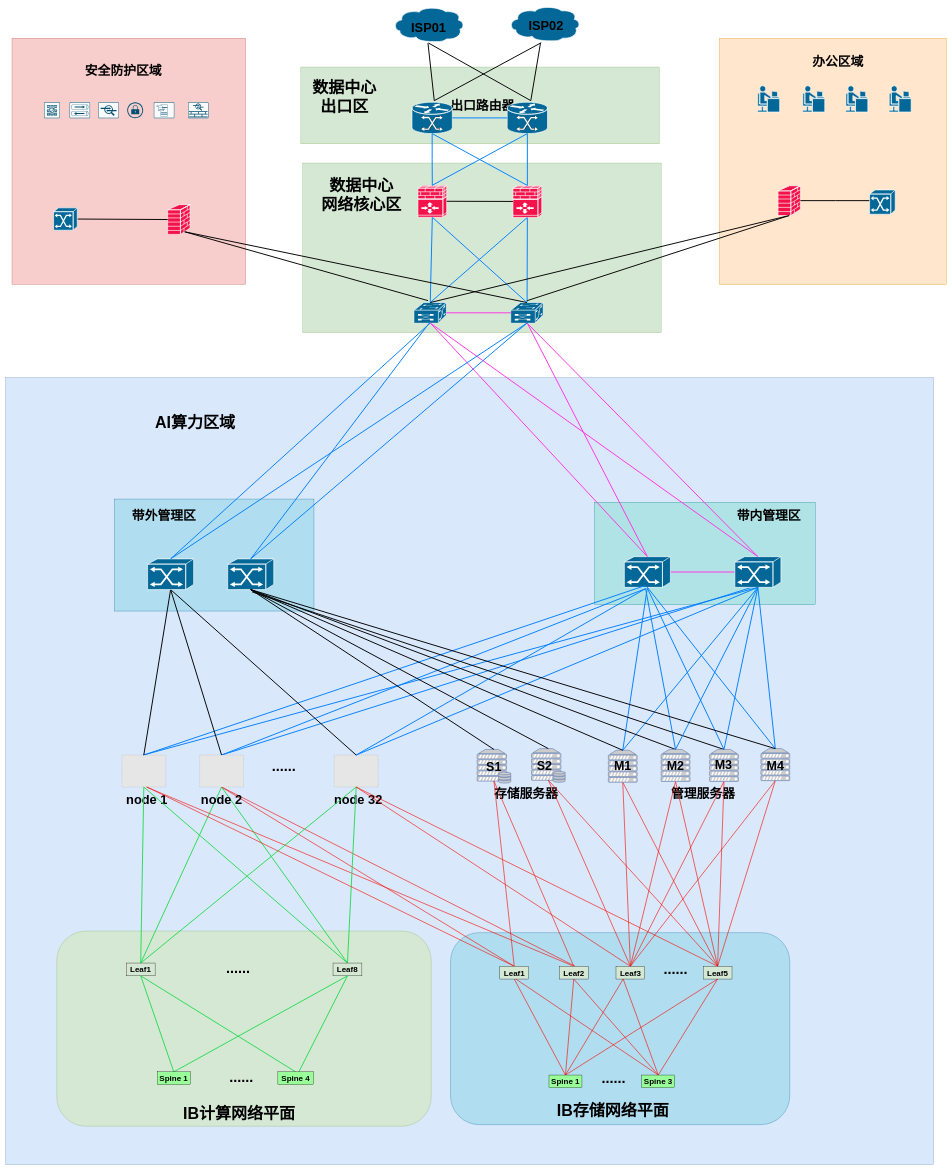
The draw.io diagram fuzhou数据中心组网-32nodes-包括IB整体组网V1.0-0101.drawio in hel-2000/network-draw, before the edit. Source tidied: cells renumbered, new cells numbered last; positions are measured from the earlier drawing's top-left corner, leaving out a move shared by most shapes. Both pictures are drawn from the tidied source at 32%, with x=0, y=0 at pixel (5, 5). Pictures stored in the file or linked from it are replaced by grey dashed boxes.
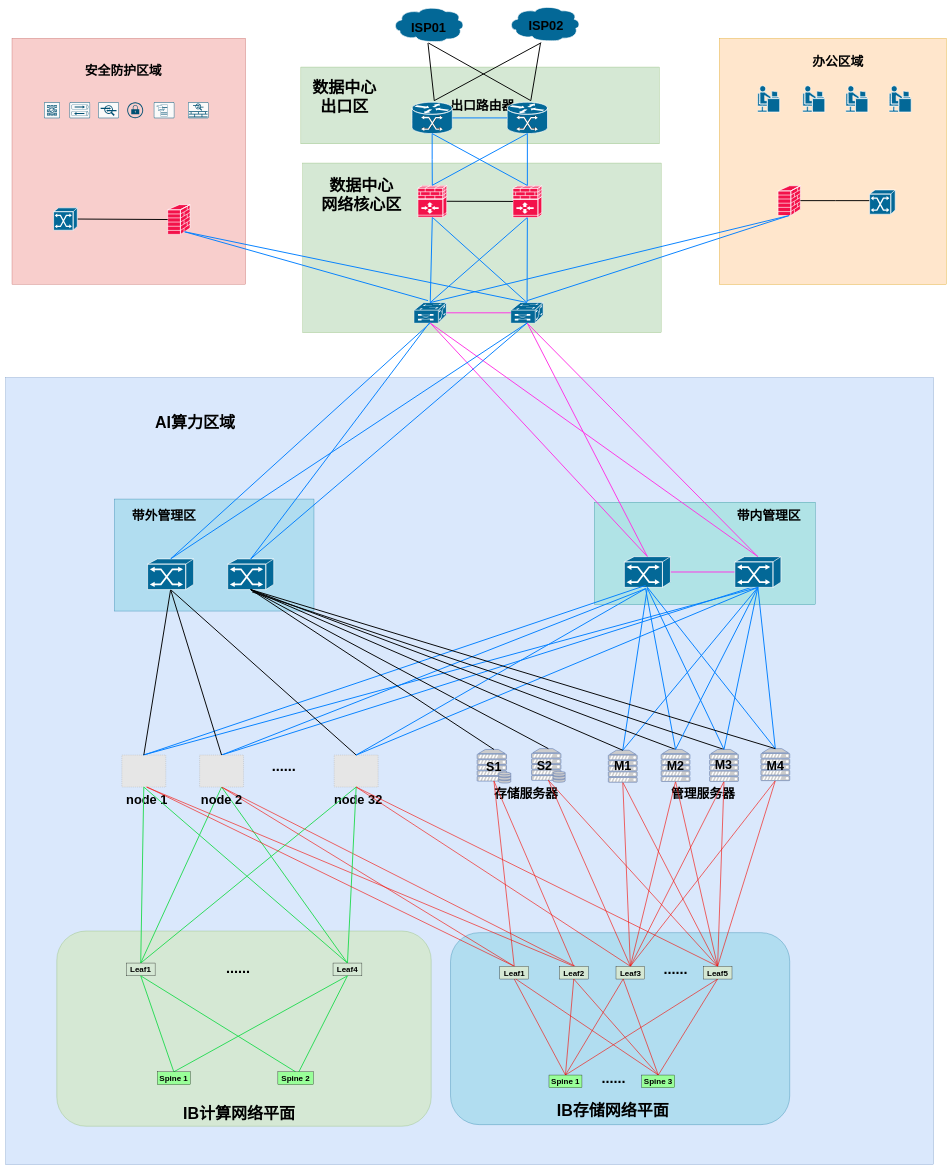
The same page after the edit.

Commit message:
更新fuzhou数据中心组网-32nodes-包括IB整体组网V1.0-0101.drawio

The change refers to these unchanged cells:
```xml
<mxCell id="18" style="shape=mxgraph.cisco.security.firewall;sketch=0;html=1;dashed=0;fillColor=#f3124a;strokeColor=#ffffff;strokeWidth=2;verticalLabelPosition=bottom;verticalAlign=top;align=center;outlineConnect=0;" parent="1" vertex="1">
  <mxGeometry x="506.4" y="622" width="70" height="93" as="geometry" />
</mxCell>
<mxCell id="43" style="shape=mxgraph.cisco.switches.multiswitch_device;sketch=0;html=1;dashed=0;fillColor=#036897;strokeColor=#ffffff;strokeWidth=2;verticalLabelPosition=bottom;verticalAlign=top;align=center;outlineConnect=0;" parent="1" vertex="1">
  <mxGeometry x="1276.5" y="928" width="101" height="64" as="geometry" />
</mxCell>
<mxCell id="44" style="shape=mxgraph.cisco.switches.multiswitch_device;sketch=0;html=1;dashed=0;fillColor=#036897;strokeColor=#ffffff;strokeWidth=2;verticalLabelPosition=bottom;verticalAlign=top;align=center;outlineConnect=0;" parent="1" vertex="1">
  <mxGeometry x="1579" y="928" width="101" height="64" as="geometry" />
</mxCell>
<mxCell id="46" style="shape=mxgraph.cisco.security.firewall;sketch=0;html=1;dashed=0;fillColor=#f3124a;strokeColor=#ffffff;strokeWidth=2;verticalLabelPosition=bottom;verticalAlign=top;align=center;outlineConnect=0;" parent="1" vertex="1">
  <mxGeometry x="2413.8" y="563" width="70" height="93" as="geometry" />
</mxCell>
```

The edit, as a diff of the source:
```diff
@@
-    <mxCell id="17" style="rounded=0;jettySize=auto;html=1;exitX=0.75;exitY=0.91;exitDx=0;exitDy=0;exitPerimeter=0;endArrow=none;strokeWidth=3;endFill=0;" parent="1" edge="1" source="18">
+    <mxCell id="17" style="rounded=0;jettySize=auto;html=1;exitX=0.75;exitY=0.91;exitDx=0;exitDy=0;exitPerimeter=0;endArrow=none;strokeWidth=3;endFill=0;strokeColor=#007FFF;" parent="1" edge="1" source="18">
       <mxGeometry relative="1" as="geometry">
         <mxPoint x="1320" y="922" as="targetPoint" />
       </mxGeometry>
     </mxCell>
@@
-    <mxCell id="45" style="rounded=0;jettySize=auto;html=1;exitX=0.5;exitY=1;exitDx=0;exitDy=0;exitPerimeter=0;endArrow=none;strokeWidth=3;endFill=0;" parent="1" edge="1" source="46">
+    <mxCell id="45" style="rounded=0;jettySize=auto;html=1;exitX=0.5;exitY=1;exitDx=0;exitDy=0;exitPerimeter=0;endArrow=none;strokeWidth=3;endFill=0;strokeColor=#007FFF;" parent="1" edge="1" source="46">
       <mxGeometry relative="1" as="geometry">
         <mxPoint x="1630" y="922" as="targetPoint" />
       </mxGeometry>
     </mxCell>
@@
-    <mxCell id="104" value="&lt;b style=&quot;&quot;&gt;&lt;font style=&quot;&quot;&gt;&lt;font style=&quot;font-size: 25px;&quot;&gt;Leaf8&lt;/font&gt;&lt;br&gt;&lt;/font&gt;&lt;/b&gt;" style="rounded=0;whiteSpace=wrap;html=1;fillColor=#D5E8D4;" parent="1" vertex="1">
+    <mxCell id="104" value="&lt;b style=&quot;&quot;&gt;&lt;font style=&quot;&quot;&gt;&lt;font style=&quot;font-size: 25px;&quot;&gt;Leaf4&lt;/font&gt;&lt;br&gt;&lt;/font&gt;&lt;/b&gt;" style="rounded=0;whiteSpace=wrap;html=1;fillColor=#D5E8D4;" parent="1" vertex="1">
       <mxGeometry x="1023.2" y="2992" width="90.2" height="40" as="geometry" />
     </mxCell>
@@
-    <mxCell id="110" value="&lt;b&gt;&lt;font style=&quot;font-size: 25px;&quot;&gt;Spine 4&lt;/font&gt;&lt;/b&gt;" style="rounded=0;whiteSpace=wrap;html=1;fillColor=#99FF99;" parent="1" vertex="1">
+    <mxCell id="110" value="&lt;b&gt;&lt;font style=&quot;font-size: 25px;&quot;&gt;Spine 2&lt;/font&gt;&lt;/b&gt;" style="rounded=0;whiteSpace=wrap;html=1;fillColor=#99FF99;" parent="1" vertex="1">
       <mxGeometry x="850.9" y="3332" width="110.8" height="40" as="geometry" />
     </mxCell>
@@
-    <mxCell id="114" value="&lt;font size=&quot;1&quot; style=&quot;&quot;&gt;&lt;b style=&quot;font-size: 45px;&quot;&gt;...&lt;/b&gt;&lt;/font&gt;&lt;b style=&quot;border-color: var(--border-color); font-size: 45px;&quot;&gt;...&lt;/b&gt;" style="text;strokeColor=none;align=center;fillColor=none;html=1;verticalAlign=middle;whiteSpace=wrap;rounded=0;" parent="1" vertex="1">
-      <mxGeometry x="677.2" y="3332" width="120" height="30" as="geometry" />
-    </mxCell>
@@
-    <mxCell id="158" style="rounded=0;jettySize=auto;html=1;exitX=0.75;exitY=0.91;exitDx=0;exitDy=0;exitPerimeter=0;entryX=0.5;entryY=0;entryDx=0;entryDy=0;entryPerimeter=0;endArrow=none;strokeWidth=3;endFill=0;" parent="1" edge="1" source="18" target="44">
+    <mxCell id="158" style="rounded=0;jettySize=auto;html=1;exitX=0.75;exitY=0.91;exitDx=0;exitDy=0;exitPerimeter=0;entryX=0.5;entryY=0;entryDx=0;entryDy=0;entryPerimeter=0;endArrow=none;strokeWidth=3;endFill=0;strokeColor=#007FFF;" parent="1" edge="1" source="18" target="44">
       <mxGeometry relative="1" as="geometry" />
     </mxCell>
-    <mxCell id="159" style="rounded=0;jettySize=auto;html=1;exitX=0.5;exitY=0;exitDx=0;exitDy=0;exitPerimeter=0;entryX=0.5;entryY=1;entryDx=0;entryDy=0;entryPerimeter=0;endArrow=none;strokeWidth=3;endFill=0;" parent="1" edge="1" source="43" target="46">
+    <mxCell id="159" style="rounded=0;jettySize=auto;html=1;exitX=0.5;exitY=0;exitDx=0;exitDy=0;exitPerimeter=0;entryX=0.5;entryY=1;entryDx=0;entryDy=0;entryPerimeter=0;endArrow=none;strokeWidth=3;endFill=0;strokeColor=#007FFF;" parent="1" edge="1" source="43" target="46">
       <mxGeometry relative="1" as="geometry" />
     </mxCell>
```
